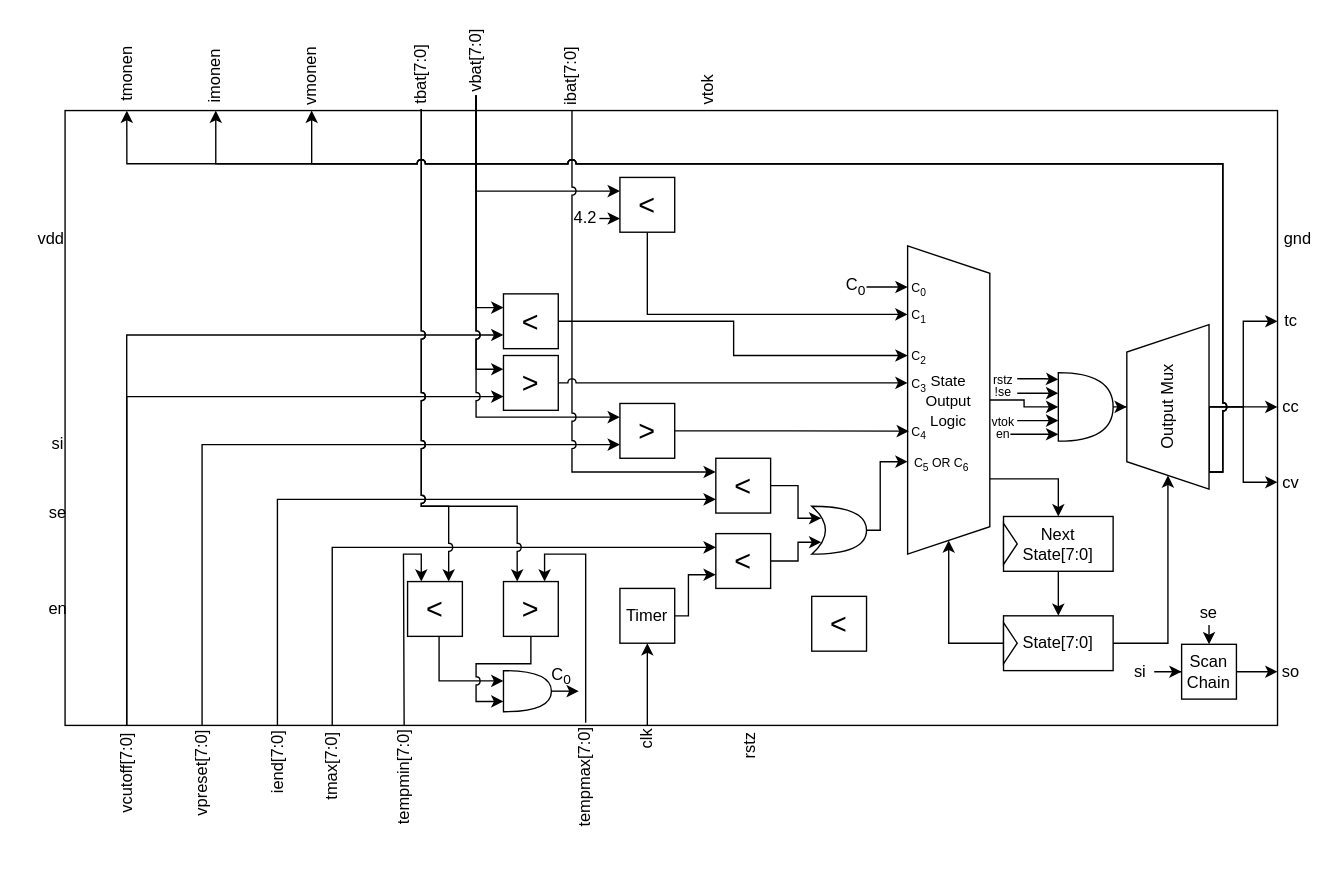
FranciscoPRosa/NEEC_test keeps this draw.io diagram as blockDiagramContr.drawio. Above is the earlier version. Source tidied: cells renumbered, new cells numbered last; positions are measured from the earlier drawing's top-left corner, leaving out a move shared by most shapes. Both pictures are drawn from the tidied source at 137%, with x=0, y=0 at pixel (30, 40).
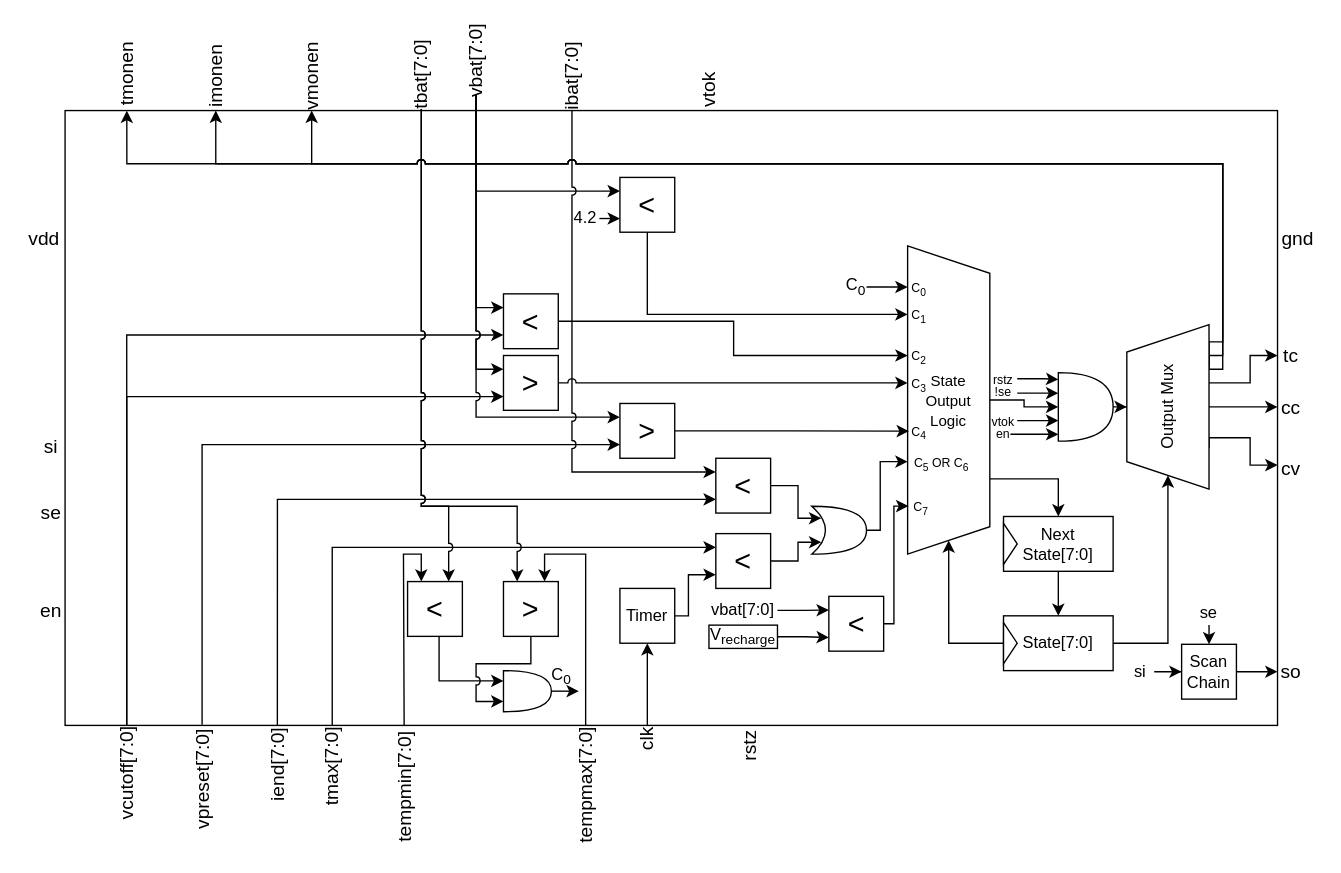
After the change.

The change refers to these unchanged cells:
```xml
<mxCell id="74" value="Output Mux" style="shape=trapezoid;perimeter=trapezoidPerimeter;whiteSpace=wrap;html=1;fixedSize=1;rotation=-90;" parent="1" vertex="1">
  <mxGeometry x="770" y="237.5" width="120" height="60" as="geometry" />
</mxCell>
<mxCell id="76" value="&lt;div&gt;&lt;font style=&quot;font-size: 11px;&quot;&gt;State&lt;/font&gt;&lt;/div&gt;&lt;div&gt;&lt;font style=&quot;font-size: 11px;&quot;&gt;&amp;nbsp;Output&amp;nbsp;&lt;/font&gt;&lt;/div&gt;&lt;div&gt;&lt;font style=&quot;font-size: 11px;&quot;&gt;Logic&lt;/font&gt;&lt;/div&gt;" style="shape=trapezoid;perimeter=trapezoidPerimeter;whiteSpace=wrap;html=1;fixedSize=1;direction=south;" parent="1" vertex="1">
  <mxGeometry x="640" y="150" width="60" height="225" as="geometry" />
</mxCell>
```

The edit, as a diff of the source:
```diff
@@
-    <mxCell id="5" value="vcutoff[7:0]" style="text;html=1;align=center;verticalAlign=middle;whiteSpace=wrap;rounded=0;rotation=-90;" parent="1" vertex="1">
+    <mxCell id="5" value="vcutoff[7:0]" style="text;html=1;align=center;verticalAlign=middle;whiteSpace=wrap;rounded=0;rotation=-90;fontSize=14;" parent="1" vertex="1">
       <mxGeometry x="35" y="520" width="70" height="30" as="geometry" />
     </mxCell>
@@
-    <mxCell id="7" value="vpreset[7:0]" style="text;html=1;align=center;verticalAlign=middle;whiteSpace=wrap;rounded=0;rotation=-90;" parent="1" vertex="1">
-      <mxGeometry x="90" y="520" width="70" height="30" as="geometry" />
+    <mxCell id="7" value="vpreset[7:0]" style="text;html=1;align=center;verticalAlign=middle;whiteSpace=wrap;rounded=0;rotation=-90;fontSize=14;" parent="1" vertex="1">
+      <mxGeometry x="85" y="526" width="80" height="27" as="geometry" />
     </mxCell>
@@
-    <mxCell id="9" value="iend[7:0]" style="text;html=1;align=center;verticalAlign=middle;whiteSpace=wrap;rounded=0;rotation=-90;" parent="1" vertex="1">
-      <mxGeometry x="152.5" y="512.5" width="55" height="30" as="geometry" />
+    <mxCell id="9" value="iend[7:0]" style="text;html=1;align=center;verticalAlign=middle;whiteSpace=wrap;rounded=0;rotation=-90;fontSize=14;" parent="1" vertex="1">
+      <mxGeometry x="151.2" y="513.8" width="57.5" height="30" as="geometry" />
     </mxCell>
@@
-    <mxCell id="11" value="&lt;div&gt;tempmax[7:0]&lt;/div&gt;" style="text;html=1;align=center;verticalAlign=middle;whiteSpace=wrap;rounded=0;rotation=-90;" parent="1" vertex="1">
-      <mxGeometry x="365" y="523" width="80" height="30" as="geometry" />
+    <mxCell id="11" value="&lt;div&gt;tempmax[7:0]&lt;/div&gt;" style="text;html=1;align=center;verticalAlign=middle;whiteSpace=wrap;rounded=0;rotation=-90;fontSize=14;" parent="1" vertex="1">
+      <mxGeometry x="361.2" y="528.8" width="87.5" height="30" as="geometry" />
     </mxCell>
@@
-    <mxCell id="13" value="&lt;div&gt;tmax[7:0]&lt;/div&gt;" style="text;html=1;align=center;verticalAlign=middle;whiteSpace=wrap;rounded=0;rotation=-90;" parent="1" vertex="1">
+    <mxCell id="13" value="&lt;div&gt;tmax[7:0]&lt;/div&gt;" style="text;html=1;align=center;verticalAlign=middle;whiteSpace=wrap;rounded=0;rotation=-90;fontSize=14;" parent="1" vertex="1">
       <mxGeometry x="190" y="515" width="60" height="30" as="geometry" />
     </mxCell>
@@
-    <mxCell id="15" value="&lt;div&gt;tempmin[7:0]&lt;/div&gt;" style="text;html=1;align=center;verticalAlign=middle;whiteSpace=wrap;rounded=0;rotation=-90;" parent="1" vertex="1">
-      <mxGeometry x="235" y="523" width="75" height="30" as="geometry" />
+    <mxCell id="15" value="&lt;div&gt;tempmin[7:0]&lt;/div&gt;" style="text;html=1;align=center;verticalAlign=middle;whiteSpace=wrap;rounded=0;rotation=-90;fontSize=14;" parent="1" vertex="1">
+      <mxGeometry x="227.5" y="530.5" width="90" height="30" as="geometry" />
     </mxCell>
@@
-    <mxCell id="17" value="clk" style="text;html=1;align=center;verticalAlign=middle;whiteSpace=wrap;rounded=0;rotation=-90;" parent="1" vertex="1">
+    <mxCell id="17" value="clk" style="text;html=1;align=center;verticalAlign=middle;whiteSpace=wrap;rounded=0;rotation=-90;fontSize=14;" parent="1" vertex="1">
       <mxGeometry x="440" y="495" width="20" height="30" as="geometry" />
     </mxCell>
-    <mxCell id="18" value="rstz" style="text;html=1;align=center;verticalAlign=middle;whiteSpace=wrap;rounded=0;rotation=-90;" parent="1" vertex="1">
+    <mxCell id="18" value="rstz" style="text;html=1;align=center;verticalAlign=middle;whiteSpace=wrap;rounded=0;rotation=-90;fontSize=14;" parent="1" vertex="1">
       <mxGeometry x="510" y="500" width="30" height="30" as="geometry" />
     </mxCell>
-    <mxCell id="19" value="en" style="text;html=1;align=center;verticalAlign=middle;whiteSpace=wrap;rounded=0;rotation=0;" parent="1" vertex="1">
-      <mxGeometry x="10" y="400" width="20" height="30" as="geometry" />
+    <mxCell id="19" value="en" style="text;html=1;align=center;verticalAlign=middle;whiteSpace=wrap;rounded=0;rotation=0;fontSize=14;" parent="1" vertex="1">
+      <mxGeometry x="5" y="401" width="20" height="30" as="geometry" />
     </mxCell>
-    <mxCell id="20" value="se" style="text;html=1;align=center;verticalAlign=middle;whiteSpace=wrap;rounded=0;rotation=0;" parent="1" vertex="1">
-      <mxGeometry x="10" y="330" width="20" height="30" as="geometry" />
+    <mxCell id="20" value="se" style="text;html=1;align=center;verticalAlign=middle;whiteSpace=wrap;rounded=0;rotation=0;fontSize=14;" parent="1" vertex="1">
+      <mxGeometry x="5" y="330" width="20" height="30" as="geometry" />
     </mxCell>
-    <mxCell id="21" value="si" style="text;html=1;align=center;verticalAlign=middle;whiteSpace=wrap;rounded=0;rotation=0;" parent="1" vertex="1">
-      <mxGeometry x="10" y="280" width="20" height="30" as="geometry" />
+    <mxCell id="21" value="si" style="text;html=1;align=center;verticalAlign=middle;whiteSpace=wrap;rounded=0;rotation=0;fontSize=14;" parent="1" vertex="1">
+      <mxGeometry x="5" y="281.5" width="20" height="30" as="geometry" />
     </mxCell>
-    <mxCell id="22" value="vdd" style="text;html=1;align=center;verticalAlign=middle;whiteSpace=wrap;rounded=0;rotation=0;" parent="1" vertex="1">
-      <mxGeometry y="130" width="30" height="30" as="geometry" />
+    <mxCell id="22" value="vdd" style="text;html=1;align=center;verticalAlign=middle;whiteSpace=wrap;rounded=0;rotation=0;fontSize=14;" parent="1" vertex="1">
+      <mxGeometry x="-5" y="130" width="30" height="30" as="geometry" />
     </mxCell>
-    <mxCell id="23" value="tmonen" style="text;html=1;align=center;verticalAlign=middle;whiteSpace=wrap;rounded=0;rotation=-90;" parent="1" vertex="1">
+    <mxCell id="23" value="tmonen" style="text;html=1;align=center;verticalAlign=middle;whiteSpace=wrap;rounded=0;rotation=-90;fontSize=14;" parent="1" vertex="1">
       <mxGeometry x="43.8" y="10" width="52.5" height="30" as="geometry" />
     </mxCell>
-    <mxCell id="24" value="vmonen" style="text;html=1;align=center;verticalAlign=middle;whiteSpace=wrap;rounded=0;rotation=-90;" parent="1" vertex="1">
+    <mxCell id="24" value="vmonen" style="text;html=1;align=center;verticalAlign=middle;whiteSpace=wrap;rounded=0;rotation=-90;fontSize=14;" parent="1" vertex="1">
       <mxGeometry x="180" y="11.2" width="50" height="30" as="geometry" />
     </mxCell>
-    <mxCell id="25" value="imonen" style="text;html=1;align=center;verticalAlign=middle;whiteSpace=wrap;rounded=0;rotation=-90;" parent="1" vertex="1">
+    <mxCell id="25" value="imonen" style="text;html=1;align=center;verticalAlign=middle;whiteSpace=wrap;rounded=0;rotation=-90;fontSize=14;" parent="1" vertex="1">
       <mxGeometry x="110" y="11.2" width="50" height="30" as="geometry" />
     </mxCell>
@@
-    <mxCell id="28" value="tbat[7:0]" style="text;html=1;align=center;verticalAlign=middle;whiteSpace=wrap;rounded=0;rotation=-90;" parent="1" vertex="1">
+    <mxCell id="28" value="tbat[7:0]" style="text;html=1;align=center;verticalAlign=middle;whiteSpace=wrap;rounded=0;rotation=-90;fontSize=14;" parent="1" vertex="1">
       <mxGeometry x="260" y="10" width="50" height="30" as="geometry" />
     </mxCell>
@@
-    <mxCell id="33" value="vbat[7:0]" style="text;html=1;align=center;verticalAlign=middle;whiteSpace=wrap;rounded=0;rotation=-90;" parent="1" vertex="1">
+    <mxCell id="33" value="vbat[7:0]" style="text;html=1;align=center;verticalAlign=middle;whiteSpace=wrap;rounded=0;rotation=-90;fontSize=14;" parent="1" vertex="1">
       <mxGeometry x="300" width="50" height="30" as="geometry" />
     </mxCell>
@@
-    <mxCell id="35" value="ibat[7:0]" style="text;html=1;align=center;verticalAlign=middle;whiteSpace=wrap;rounded=0;rotation=-90;" parent="1" vertex="1">
+    <mxCell id="35" value="ibat[7:0]" style="text;html=1;align=center;verticalAlign=middle;whiteSpace=wrap;rounded=0;rotation=-90;fontSize=14;" parent="1" vertex="1">
       <mxGeometry x="370" y="11.2" width="50" height="30" as="geometry" />
     </mxCell>
-    <mxCell id="36" value="vtok" style="text;html=1;align=center;verticalAlign=middle;whiteSpace=wrap;rounded=0;rotation=-90;" parent="1" vertex="1">
+    <mxCell id="36" value="vtok" style="text;html=1;align=center;verticalAlign=middle;whiteSpace=wrap;rounded=0;rotation=-90;fontSize=14;" parent="1" vertex="1">
       <mxGeometry x="480" y="21.2" width="30" height="30" as="geometry" />
     </mxCell>
-    <mxCell id="37" value="so" style="text;html=1;align=center;verticalAlign=middle;whiteSpace=wrap;rounded=0;rotation=0;" parent="1" vertex="1">
+    <mxCell id="37" value="so" style="text;html=1;align=center;verticalAlign=middle;whiteSpace=wrap;rounded=0;rotation=0;fontSize=14;" parent="1" vertex="1">
       <mxGeometry x="910" y="445.8" width="20" height="30" as="geometry" />
     </mxCell>
-    <mxCell id="38" value="gnd" style="text;html=1;align=center;verticalAlign=middle;whiteSpace=wrap;rounded=0;rotation=0;" parent="1" vertex="1">
+    <mxCell id="38" value="gnd" style="text;html=1;align=center;verticalAlign=middle;whiteSpace=wrap;rounded=0;rotation=0;fontSize=14;" parent="1" vertex="1">
       <mxGeometry x="910" y="130" width="30" height="30" as="geometry" />
     </mxCell>
-    <mxCell id="39" value="tc" style="text;html=1;align=center;verticalAlign=middle;whiteSpace=wrap;rounded=0;rotation=0;" parent="1" vertex="1">
-      <mxGeometry x="910" y="190" width="20" height="30" as="geometry" />
+    <mxCell id="39" value="tc" style="text;html=1;align=center;verticalAlign=middle;whiteSpace=wrap;rounded=0;rotation=0;fontSize=14;" parent="1" vertex="1">
+      <mxGeometry x="910" y="215" width="20" height="30" as="geometry" />
     </mxCell>
-    <mxCell id="40" value="cc" style="text;html=1;align=center;verticalAlign=middle;whiteSpace=wrap;rounded=0;rotation=0;" parent="1" vertex="1">
+    <mxCell id="40" value="cc" style="text;html=1;align=center;verticalAlign=middle;whiteSpace=wrap;rounded=0;rotation=0;fontSize=14;" parent="1" vertex="1">
       <mxGeometry x="910" y="252.5" width="20" height="30" as="geometry" />
     </mxCell>
-    <mxCell id="41" value="cv" style="text;html=1;align=center;verticalAlign=middle;whiteSpace=wrap;rounded=0;rotation=0;" parent="1" vertex="1">
-      <mxGeometry x="910" y="307.5" width="20" height="30" as="geometry" />
+    <mxCell id="41" value="cv" style="text;html=1;align=center;verticalAlign=middle;whiteSpace=wrap;rounded=0;rotation=0;fontSize=14;" parent="1" vertex="1">
+      <mxGeometry x="910" y="297.5" width="20" height="30" as="geometry" />
     </mxCell>
@@
-    <mxCell id="68" style="edgeStyle=orthogonalEdgeStyle;rounded=0;jettySize=auto;html=1;jumpStyle=arc;" parent="1" edge="1" source="74" target="41">
-      <mxGeometry relative="1" as="geometry" />
+    <mxCell id="68" style="edgeStyle=orthogonalEdgeStyle;rounded=0;jettySize=auto;html=1;jumpStyle=arc;exitX=0.25;exitY=1;exitDx=0;exitDy=0;" parent="1" edge="1" source="74" target="41">
+      <mxGeometry relative="1" as="geometry">
+        <Array as="points">
+          <mxPoint x="860" y="290" />
+          <mxPoint x="890" y="290" />
+          <mxPoint x="890" y="310" />
+        </Array>
+      </mxGeometry>
     </mxCell>
@@
-    <mxCell id="70" style="edgeStyle=orthogonalEdgeStyle;rounded=0;jettySize=auto;html=1;" parent="1" edge="1" source="74" target="39">
-      <mxGeometry relative="1" as="geometry" />
+    <mxCell id="70" style="edgeStyle=orthogonalEdgeStyle;rounded=0;jettySize=auto;html=1;" parent="1" edge="1" target="39">
+      <mxGeometry relative="1" as="geometry">
+        <mxPoint x="860" y="250" as="sourcePoint" />
+        <Array as="points">
+          <mxPoint x="890" y="250" />
+          <mxPoint x="890" y="230" />
+        </Array>
+      </mxGeometry>
     </mxCell>
-    <mxCell id="71" style="edgeStyle=orthogonalEdgeStyle;rounded=0;jettySize=auto;html=1;entryX=0;entryY=0.5;entryDx=0;entryDy=0;jumpStyle=arc;" parent="1" edge="1" target="23">
+    <mxCell id="71" style="edgeStyle=orthogonalEdgeStyle;rounded=0;jettySize=auto;html=1;entryX=0;entryY=0.5;entryDx=0;entryDy=0;jumpStyle=arc;exitX=0.75;exitY=1;exitDx=0;exitDy=0;" parent="1" edge="1" source="74" target="23">
       <mxGeometry relative="1" as="geometry">
-        <mxPoint x="860" y="315" as="sourcePoint" />
         <Array as="points">
-          <mxPoint x="870" y="315" />
+          <mxPoint x="860" y="240" />
+          <mxPoint x="870" y="240" />
           <mxPoint x="870" y="90" />
           <mxPoint x="70" y="90" />
         </Array>
       </mxGeometry>
     </mxCell>
-    <mxCell id="72" style="edgeStyle=orthogonalEdgeStyle;rounded=0;jettySize=auto;html=1;entryX=0;entryY=0.5;entryDx=0;entryDy=0;exitX=0.5;exitY=1;exitDx=0;exitDy=0;jumpStyle=arc;" parent="1" edge="1" source="74" target="25">
+    <mxCell id="72" style="edgeStyle=orthogonalEdgeStyle;rounded=0;jettySize=auto;html=1;entryX=0;entryY=0.5;entryDx=0;entryDy=0;exitX=0.75;exitY=1;exitDx=0;exitDy=0;jumpStyle=arc;" parent="1" edge="1" source="74" target="25">
       <mxGeometry relative="1" as="geometry">
         <Array as="points">
-          <mxPoint x="860" y="315" />
-          <mxPoint x="870" y="315" />
+          <mxPoint x="860" y="230" />
+          <mxPoint x="870" y="230" />
           <mxPoint x="870" y="90" />
           <mxPoint x="135" y="90" />
         </Array>
       </mxGeometry>
     </mxCell>
-    <mxCell id="73" style="edgeStyle=orthogonalEdgeStyle;rounded=0;jettySize=auto;html=1;entryX=0;entryY=0.5;entryDx=0;entryDy=0;exitX=0.5;exitY=1;exitDx=0;exitDy=0;jumpStyle=arc;" parent="1" edge="1" source="74" target="24">
+    <mxCell id="73" style="edgeStyle=orthogonalEdgeStyle;rounded=0;jettySize=auto;html=1;entryX=0;entryY=0.5;entryDx=0;entryDy=0;exitX=0.75;exitY=1;exitDx=0;exitDy=0;jumpStyle=arc;" parent="1" edge="1" source="74" target="24">
       <mxGeometry relative="1" as="geometry">
         <Array as="points">
-          <mxPoint x="860" y="315" />
-          <mxPoint x="870" y="315" />
+          <mxPoint x="860" y="220" />
+          <mxPoint x="870" y="220" />
           <mxPoint x="870" y="90" />
           <mxPoint x="205" y="90" />
         </Array>
       </mxGeometry>
     </mxCell>
@@
     <mxCell id="106" value="&lt;font style=&quot;font-size: 21px;&quot;&gt;&amp;lt;&lt;/font&gt;" style="rounded=0;whiteSpace=wrap;html=1;" parent="1" vertex="1">
-      <mxGeometry x="570" y="405.8" width="40" height="40" as="geometry" />
+      <mxGeometry x="582.5" y="405.8" width="40" height="40" as="geometry" />
     </mxCell>
@@
+    <mxCell id="109" style="edgeStyle=orthogonalEdgeStyle;rounded=0;jettySize=auto;html=1;entryX=0.844;entryY=0.991;entryDx=0;entryDy=0;entryPerimeter=0;" parent="1" edge="1" source="106" target="76">
+      <mxGeometry relative="1" as="geometry">
+        <Array as="points">
+          <mxPoint x="630" y="426" />
+          <mxPoint x="630" y="340" />
+        </Array>
+      </mxGeometry>
+    </mxCell>
+    <mxCell id="110" style="edgeStyle=orthogonalEdgeStyle;rounded=0;jettySize=auto;html=1;entryX=0;entryY=0.25;entryDx=0;entryDy=0;" parent="1" edge="1" source="111" target="106">
+      <mxGeometry relative="1" as="geometry" />
+    </mxCell>
+    <mxCell id="111" value="vbat[7:0]" style="text;html=1;align=center;verticalAlign=middle;whiteSpace=wrap;rounded=0;rotation=0;" parent="1" vertex="1">
+      <mxGeometry x="495" y="401" width="50" height="30" as="geometry" />
+    </mxCell>
+    <mxCell id="112" value="&lt;font style=&quot;font-size: 9px;&quot;&gt;C&lt;sub&gt;7&lt;/sub&gt;&lt;br&gt;&lt;/font&gt;" style="text;html=1;align=center;verticalAlign=middle;whiteSpace=wrap;rounded=0;" parent="1" vertex="1">
+      <mxGeometry x="640" y="330" width="20" height="20" as="geometry" />
+    </mxCell>
+    <mxCell id="113" style="edgeStyle=orthogonalEdgeStyle;rounded=0;jettySize=auto;html=1;entryX=0;entryY=0.75;entryDx=0;entryDy=0;" parent="1" edge="1" source="114" target="106">
+      <mxGeometry relative="1" as="geometry" />
+    </mxCell>
+    <mxCell id="114" value="V&lt;sub&gt;recharge&lt;/sub&gt;" style="rounded=0;whiteSpace=wrap;html=1;" parent="1" vertex="1">
+      <mxGeometry x="495" y="426.8" width="50" height="17" as="geometry" />
+    </mxCell>
```
